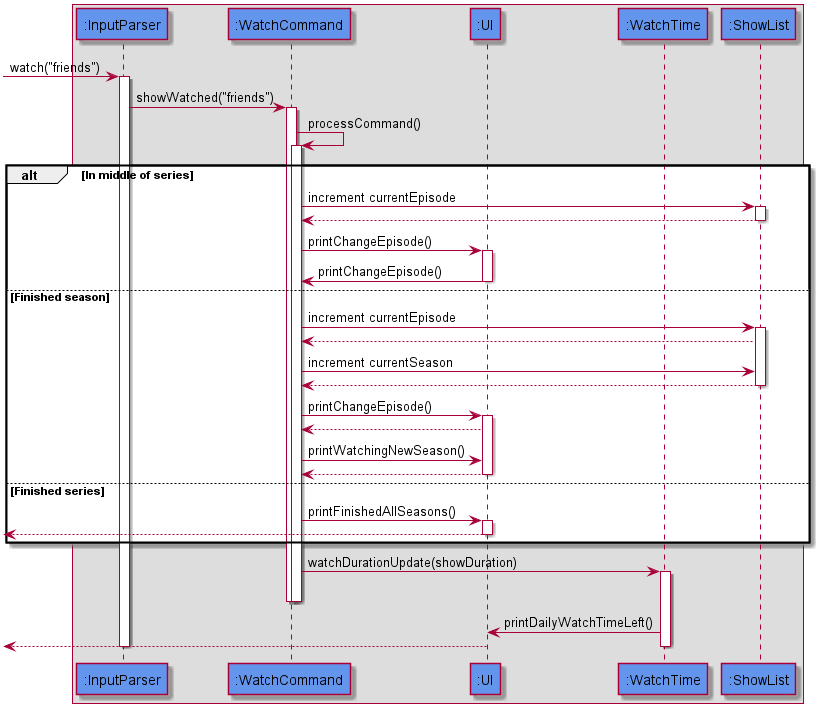
nus-cs2113-AY2021S1/tp keeps this PlantUML diagram as docs/images/WatchCommandSequence.png. Above is the earlier version.
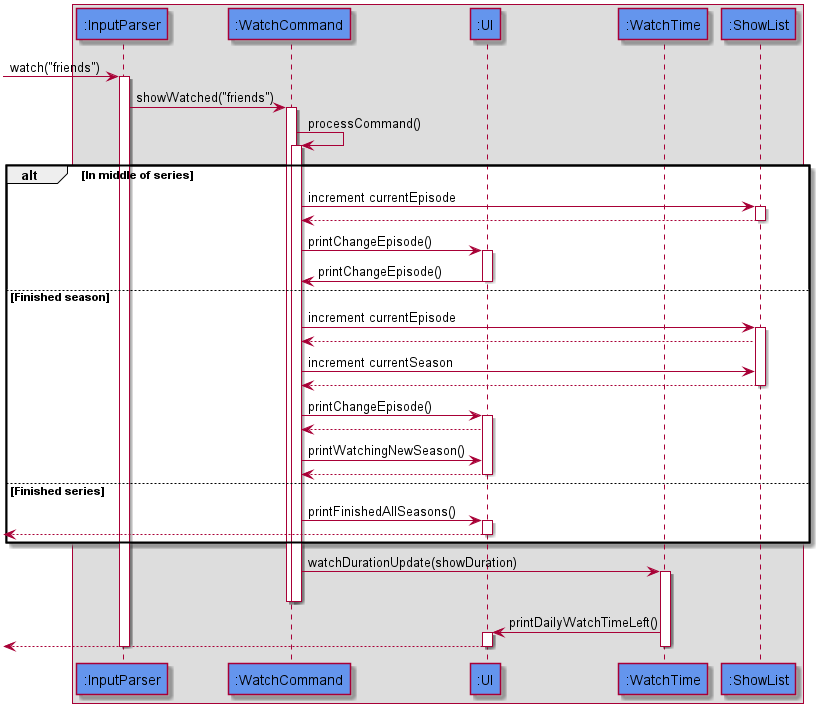
The same diagram one commit later.

Commit message:
Changes to WatchCOmmand sequence diagram and format fixes in DG

What changed in the source:
```diff
@@ -63,7 +63,9 @@
 
 
 WatchTime -> UI : printDailyWatchTimeLeft()
+activate UI
 [<--UI :
+deactivate UI
 
 deactivate UI
 
```
